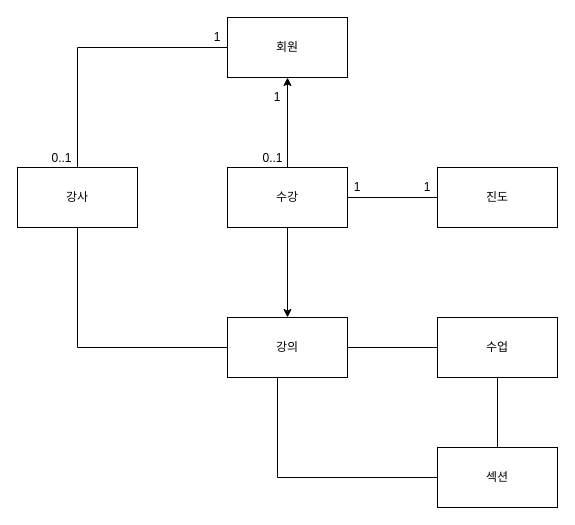
The draw.io diagram 도메인모델.drawio in yongjinjung/erd, before the edit. Source tidied: cells renumbered, new cells numbered last; positions are measured from the earlier drawing's top-left corner, leaving out a move shared by most shapes. Both pictures are drawn from the tidied source at 100%, with x=0, y=0 at pixel (17, 17).
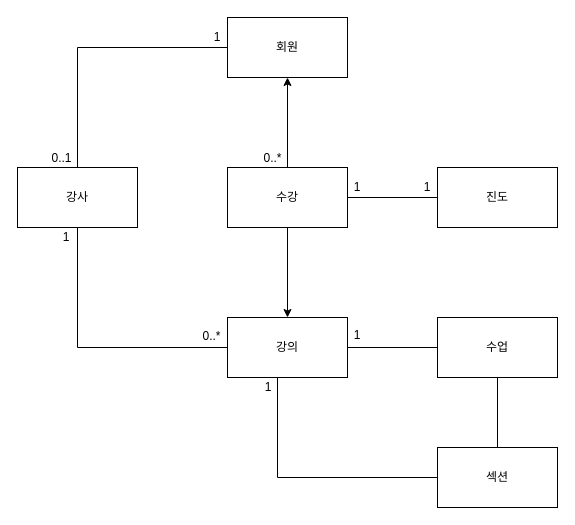
Above is the later version.

What changed in the source:
```diff
@@
     <mxCell id="19" value="1" style="text;html=1;align=center;verticalAlign=middle;whiteSpace=wrap;rounded=0;" parent="1" vertex="1">
-      <mxGeometry x="250" y="70" width="20" height="20" as="geometry" />
+      <mxGeometry x="39" y="210" width="20" height="20" as="geometry" />
     </mxCell>
-    <mxCell id="20" value="0..1" style="text;html=1;align=center;verticalAlign=middle;whiteSpace=wrap;rounded=0;" parent="1" vertex="1">
+    <mxCell id="20" value="0..*" style="text;html=1;align=center;verticalAlign=middle;whiteSpace=wrap;rounded=0;" parent="1" vertex="1">
       <mxGeometry x="241" y="132" width="29" height="18" as="geometry" />
     </mxCell>
@@
+    <mxCell id="23" value="0..*" style="text;html=1;align=center;verticalAlign=middle;whiteSpace=wrap;rounded=0;" parent="1" vertex="1">
+      <mxGeometry x="180" y="310" width="29" height="18" as="geometry" />
+    </mxCell>
+    <mxCell id="24" value="1" style="text;html=1;align=center;verticalAlign=middle;whiteSpace=wrap;rounded=0;" parent="1" vertex="1">
+      <mxGeometry x="330" y="308" width="20" height="20" as="geometry" />
+    </mxCell>
+    <mxCell id="25" value="1" style="text;html=1;align=center;verticalAlign=middle;whiteSpace=wrap;rounded=0;" parent="1" vertex="1">
+      <mxGeometry x="241" y="360" width="20" height="20" as="geometry" />
+    </mxCell>
```
